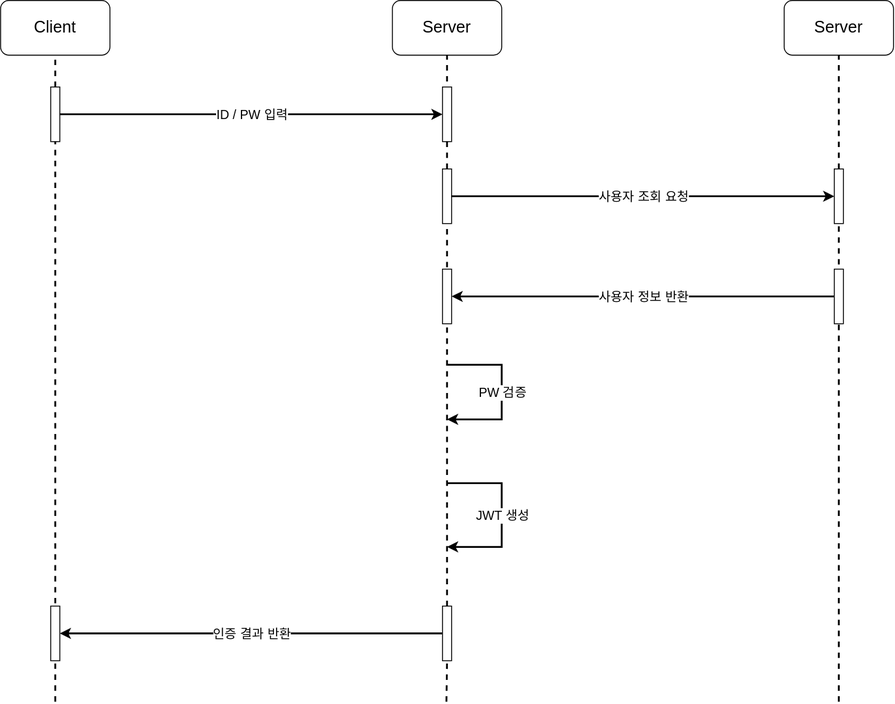
This is login_flow.drawio.svg from seculoper235/TEST-STUDY, a draw.io export, as it was before one commit. Source tidied: cells renumbered, new cells last; positions are measured from the earlier drawing's top-left corner, leaving out a move shared by most shapes.
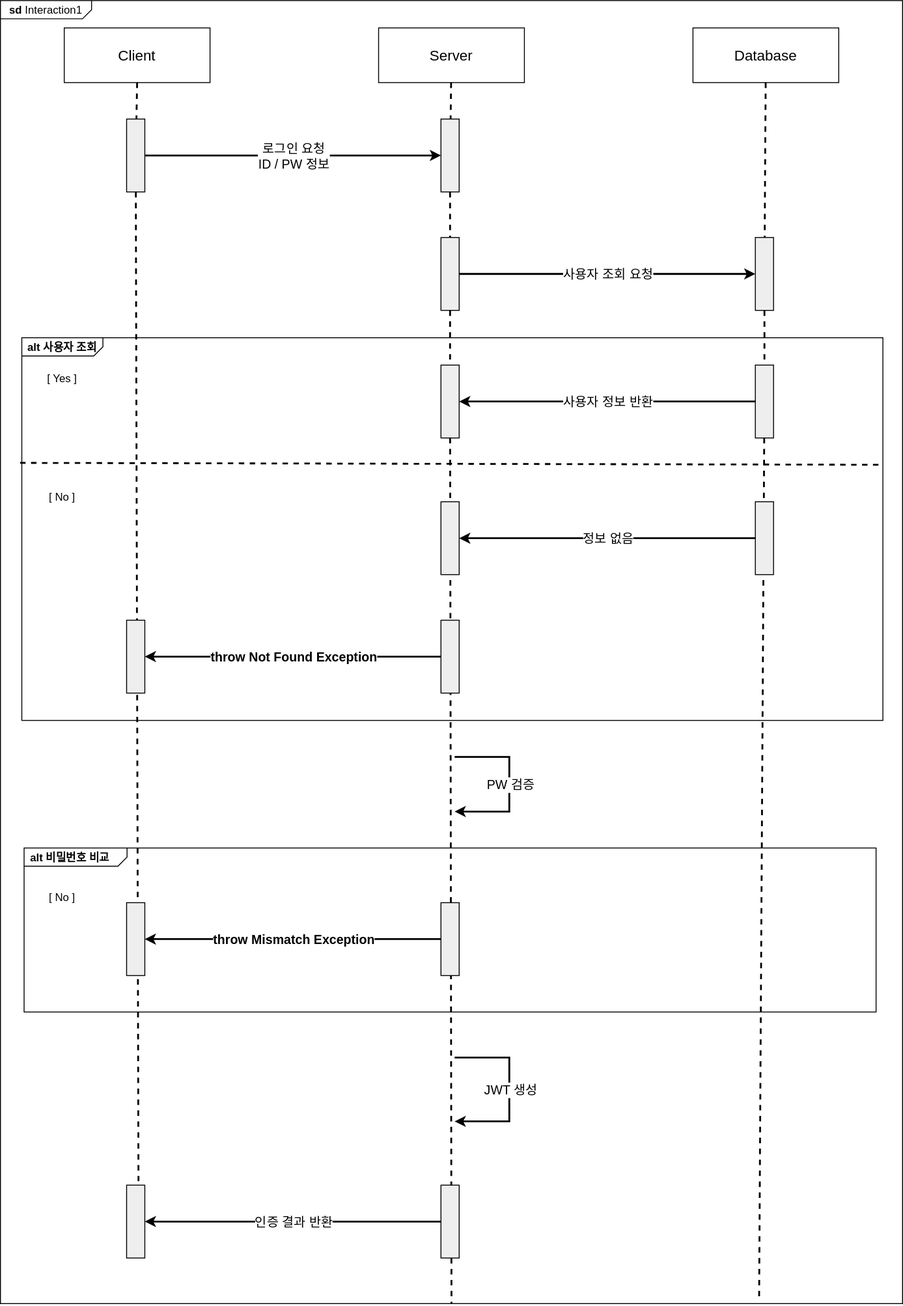
Above is the later version.

Commit message:
[Business] 로그인 처리 플로우 작성2

Diff of the diagram source:
```diff
@@ -2,117 +2,174 @@
   <root>
     <mxCell id="0" />
     <mxCell id="1" parent="0" />
+    <mxCell id="32" value="&lt;p style=&quot;margin:0px;margin-top:4px;margin-left:10px;text-align:left;&quot;&gt;&lt;b&gt;sd&lt;/b&gt;   Interaction1&lt;/p&gt;" style="html=1;shape=mxgraph.sysml.package;labelX=100;html=1;overflow=fill;strokeWidth=1;" parent="1" vertex="1">
+      <mxGeometry x="-5" y="50" width="990" height="1430" as="geometry" />
+    </mxCell>
+    <mxCell id="33" value="alt 사용자 조회" style="strokeColor=inherit;fillColor=inherit;gradientColor=inherit;html=1;shape=mxgraph.sysml.package;labelX=89.57;fontStyle=1;align=left;verticalAlign=top;spacingLeft=5;spacingTop=-3;" parent="32" vertex="1">
+      <mxGeometry x="23.4" y="370" width="945" height="420" as="geometry" />
+    </mxCell>
+    <mxCell id="34" value="alt 비밀번호 비교" style="strokeColor=inherit;fillColor=inherit;gradientColor=inherit;html=1;shape=mxgraph.sysml.package;labelX=113.86;fontStyle=1;align=left;verticalAlign=top;spacingLeft=5;spacingTop=-3;" parent="32" vertex="1">
+      <mxGeometry x="25.9" y="930" width="935" height="180" as="geometry" />
+    </mxCell>
+    <mxCell id="35" style="edgeStyle=none;html=1;endArrow=none;verticalAlign=bottom;dashed=1;strokeWidth=2;rounded=0;exitX=-0.002;exitY=0.327;exitDx=0;exitDy=0;exitPerimeter=0;entryX=0.996;entryY=0.332;entryDx=0;entryDy=0;entryPerimeter=0;" parent="32" edge="1" source="33" target="33">
+      <mxGeometry relative="1" as="geometry" />
+    </mxCell>
+    <mxCell id="36" value="&lt;font style=&quot;font-size: 16px;&quot;&gt;Server&lt;/font&gt;" style="shape=rect;html=1;whiteSpace=wrap;align=center;" parent="32" vertex="1">
+      <mxGeometry x="415" y="30" width="160" height="60" as="geometry" />
+    </mxCell>
+    <mxCell id="37" style="shape=rect;html=1;fillColor=#eeeeee;" parent="32" vertex="1">
+      <mxGeometry x="483.4" y="260" width="20" height="80" as="geometry" />
+    </mxCell>
+    <mxCell id="38" style="edgeStyle=none;html=1;dashed=1;endArrow=none;rounded=0;strokeWidth=2;" parent="32" edge="1" source="74" target="37">
+      <mxGeometry relative="1" as="geometry" />
+    </mxCell>
+    <mxCell id="39" style="edgeStyle=none;html=1;dashed=1;endArrow=none;rounded=0;strokeWidth=2;entryX=0.5;entryY=1;entryDx=0;entryDy=0;entryPerimeter=0;" parent="32" edge="1" source="50" target="32">
+      <mxGeometry x="1" relative="1" as="geometry" />
+    </mxCell>
+    <mxCell id="40" value="&lt;font style=&quot;font-size: 16px;&quot;&gt;Database&lt;/font&gt;" style="shape=rect;html=1;whiteSpace=wrap;align=center;" parent="32" vertex="1">
+      <mxGeometry x="760" y="30" width="160" height="60" as="geometry" />
+    </mxCell>
+    <mxCell id="41" style="shape=rect;html=1;fillColor=#eeeeee;" parent="32" vertex="1">
+      <mxGeometry x="828.4" y="260" width="20" height="80" as="geometry" />
+    </mxCell>
+    <mxCell id="42" style="edgeStyle=none;html=1;dashed=1;endArrow=none;rounded=0;strokeWidth=2;" parent="32" edge="1" source="40" target="41">
+      <mxGeometry relative="1" as="geometry" />
+    </mxCell>
+    <mxCell id="43" style="edgeStyle=none;html=1;dashed=1;endArrow=none;rounded=0;strokeWidth=2;entryX=0.841;entryY=0.998;entryDx=0;entryDy=0;entryPerimeter=0;" parent="32" edge="1" source="48" target="32">
+      <mxGeometry x="1" relative="1" as="geometry" />
+    </mxCell>
-    <mxCell id="2" value="&lt;font style=&quot;font-size: 18px;&quot;&gt;Client&lt;/font&gt;" style="rounded=1;whiteSpace=wrap;html=1;" parent="1" vertex="1">
-      <mxGeometry width="120" height="60" as="geometry" />
+    <mxCell id="2" value="&lt;font style=&quot;font-size: 16px;&quot;&gt;Client&lt;/font&gt;" style="shape=rect;html=1;whiteSpace=wrap;align=center;" parent="32" vertex="1">
+      <mxGeometry x="70" y="30" width="160" height="60" as="geometry" />
     </mxCell>
-    <mxCell id="3" value="&lt;font style=&quot;font-size: 18px;&quot;&gt;Server&lt;/font&gt;" style="rounded=1;whiteSpace=wrap;html=1;" parent="1" vertex="1">
-      <mxGeometry x="430" width="120" height="60" as="geometry" />
-    </mxCell>
-    <mxCell id="4" style="endArrow=none;dashed=1;html=1;rounded=0;entryX=0.5;entryY=1;entryDx=0;entryDy=0;strokeWidth=2;" parent="1" edge="1" source="7" target="2">
-      <mxGeometry relative="1" as="geometry" />
-    </mxCell>
-    <mxCell id="5" style="endArrow=none;dashed=1;html=1;rounded=0;entryX=0.5;entryY=1;entryDx=0;entryDy=0;strokeWidth=2;" parent="1" edge="1" source="21" target="3">
-      <mxGeometry relative="1" as="geometry" />
-    </mxCell>
-    <mxCell id="6" style="endArrow=none;dashed=1;html=1;rounded=0;entryX=1;entryY=0.5;entryDx=0;entryDy=0;strokeWidth=2;" parent="1" edge="1" target="7">
-      <mxGeometry relative="1" as="geometry">
-        <mxPoint x="60" y="770" as="sourcePoint" />
-      </mxGeometry>
-    </mxCell>
-    <mxCell id="7" style="rounded=0;whiteSpace=wrap;html=1;rotation=90;" parent="1" vertex="1">
-      <mxGeometry x="30" y="120" width="60" height="10" as="geometry" />
-    </mxCell>
-    <mxCell id="8" style="rounded=0;whiteSpace=wrap;html=1;rotation=90;" parent="1" vertex="1">
-      <mxGeometry x="460" y="120" width="60" height="10" as="geometry" />
-    </mxCell>
-    <mxCell id="9" style="endArrow=classic;html=1;rounded=0;exitX=0.5;exitY=0;exitDx=0;exitDy=0;entryX=0.5;entryY=1;entryDx=0;entryDy=0;strokeWidth=2;" parent="1" edge="1" source="7" target="8">
-      <mxGeometry relative="1" as="geometry" />
-    </mxCell>
-    <mxCell id="10" value="&lt;font style=&quot;font-size: 14px;&quot;&gt;ID / PW 입력&lt;/font&gt;" style="edgeLabel;html=1;align=center;verticalAlign=middle;" parent="9" vertex="1">
-      <mxGeometry relative="1" as="geometry" />
-    </mxCell>
-    <mxCell id="11" style="rounded=0;whiteSpace=wrap;html=1;rotation=90;" parent="1" vertex="1">
-      <mxGeometry x="30" y="690" width="60" height="10" as="geometry" />
-    </mxCell>
-    <mxCell id="12" style="endArrow=none;html=1;rounded=0;exitX=0.5;exitY=0;exitDx=0;exitDy=0;entryX=0.5;entryY=1;entryDx=0;entryDy=0;strokeWidth=2;startArrow=classic;startFill=1;endFill=0;" parent="1" edge="1" source="11">
-      <mxGeometry relative="1" as="geometry">
-        <mxPoint x="485" y="695" as="targetPoint" />
-      </mxGeometry>
-    </mxCell>
+    <mxCell id="44" style="shape=rect;html=1;fillColor=#eeeeee;" parent="32" vertex="1">
+      <mxGeometry x="138.4" y="130" width="20" height="80" as="geometry" />
+    </mxCell>
+    <mxCell id="45" style="edgeStyle=none;html=1;dashed=1;endArrow=none;rounded=0;strokeWidth=2;exitX=0.5;exitY=1;exitDx=0;exitDy=0;" parent="32" edge="1" source="2" target="44">
+      <mxGeometry relative="1" as="geometry" />
+    </mxCell>
+    <mxCell id="46" style="edgeStyle=none;html=1;dashed=1;endArrow=none;rounded=0;strokeWidth=2;entryX=0.153;entryY=0.997;entryDx=0;entryDy=0;entryPerimeter=0;" parent="32" edge="1" source="44">
+      <mxGeometry x="1" relative="1" as="geometry">
+        <mxPoint x="151.5" y="1295.7" as="targetPoint" />
+      </mxGeometry>
+    </mxCell>
+    <mxCell id="47" style="edgeStyle=none;html=1;dashed=1;endArrow=none;rounded=0;strokeWidth=2;entryX=0.5;entryY=0;entryDx=0;entryDy=0;" parent="32" edge="1" source="41" target="48">
+      <mxGeometry x="1" relative="1" as="geometry" />
+    </mxCell>
+    <mxCell id="48" style="shape=rect;html=1;fillColor=#eeeeee;" parent="32" vertex="1">
+      <mxGeometry x="828.4" y="400" width="20" height="80" as="geometry" />
+    </mxCell>
+    <mxCell id="49" style="endArrow=none;html=1;rounded=0;strokeWidth=2;entryX=0;entryY=0.5;entryDx=0;entryDy=0;startArrow=classic;startFill=1;endFill=0;exitX=1;exitY=0.5;exitDx=0;exitDy=0;" parent="32" edge="1" source="50" target="48">
+      <mxGeometry relative="1" as="geometry" />
+    </mxCell>
+    <mxCell id="31" value="&lt;span style=&quot;font-size: 14px;&quot;&gt;사용자 정보 반환&lt;/span&gt;" style="edgeLabel;html=1;align=center;verticalAlign=middle;" parent="49" vertex="1">
+      <mxGeometry relative="1" as="geometry" />
+    </mxCell>
+    <mxCell id="50" style="shape=rect;html=1;fillColor=#eeeeee;" parent="32" vertex="1">
+      <mxGeometry x="483.4" y="400" width="20" height="80" as="geometry" />
+    </mxCell>
+    <mxCell id="51" style="edgeStyle=none;html=1;dashed=1;endArrow=none;rounded=0;strokeWidth=2;entryX=0.5;entryY=0;entryDx=0;entryDy=0;" parent="32" edge="1" source="37" target="50">
+      <mxGeometry x="1" relative="1" as="geometry" />
+    </mxCell>
+    <mxCell id="52" style="shape=rect;html=1;fillColor=#eeeeee;" parent="32" vertex="1">
+      <mxGeometry x="828.4" y="550" width="20" height="80" as="geometry" />
+    </mxCell>
+    <mxCell id="53" style="endArrow=none;html=1;rounded=0;strokeWidth=2;entryX=0;entryY=0.5;entryDx=0;entryDy=0;startArrow=classic;startFill=1;endFill=0;exitX=1;exitY=0.5;exitDx=0;exitDy=0;" parent="32" edge="1" source="55" target="52">
+      <mxGeometry relative="1" as="geometry" />
+    </mxCell>
+    <mxCell id="54" value="&lt;span style=&quot;font-size: 14px;&quot;&gt;정보 없음&lt;/span&gt;" style="edgeLabel;html=1;align=center;verticalAlign=middle;" parent="53" vertex="1">
+      <mxGeometry relative="1" as="geometry" />
+    </mxCell>
+    <mxCell id="55" style="shape=rect;html=1;fillColor=#eeeeee;" parent="32" vertex="1">
+      <mxGeometry x="483.4" y="550" width="20" height="80" as="geometry" />
+    </mxCell>
+    <mxCell id="56" style="shape=rect;html=1;fillColor=#eeeeee;" parent="32" vertex="1">
+      <mxGeometry x="483.4" y="680" width="20" height="80" as="geometry" />
+    </mxCell>
+    <mxCell id="57" style="endArrow=none;html=1;rounded=0;strokeWidth=2;entryX=0;entryY=0.5;entryDx=0;entryDy=0;startArrow=classic;startFill=1;endFill=0;exitX=1;exitY=0.5;exitDx=0;exitDy=0;" parent="32" edge="1" source="59" target="56">
+      <mxGeometry relative="1" as="geometry" />
+    </mxCell>
+    <mxCell id="58" value="&lt;span style=&quot;font-size: 14px;&quot;&gt;&lt;b&gt;throw Not Found Exception&lt;/b&gt;&lt;/span&gt;" style="edgeLabel;html=1;align=center;verticalAlign=middle;" parent="57" vertex="1">
+      <mxGeometry relative="1" as="geometry" />
+    </mxCell>
+    <mxCell id="59" style="shape=rect;html=1;fillColor=#eeeeee;" parent="32" vertex="1">
+      <mxGeometry x="138.4" y="680" width="20" height="80" as="geometry" />
+    </mxCell>
+    <mxCell id="60" style="endArrow=classic;html=1;rounded=0;exitX=1;exitY=0.5;exitDx=0;exitDy=0;strokeWidth=2;entryX=0;entryY=0.5;entryDx=0;entryDy=0;" parent="32" edge="1" source="37" target="41">
+      <mxGeometry relative="1" as="geometry" />
+    </mxCell>
+    <mxCell id="25" value="&lt;span style=&quot;font-size: 14px;&quot;&gt;사용자 조회 요청&lt;/span&gt;" style="edgeLabel;html=1;align=center;verticalAlign=middle;" parent="60" vertex="1">
+      <mxGeometry relative="1" as="geometry" />
+    </mxCell>
+    <mxCell id="61" value="[ Yes ]" style="text;html=1;align=center;verticalAlign=middle;whiteSpace=wrap;rounded=0;" parent="32" vertex="1">
+      <mxGeometry x="38.4" y="400" width="60" height="30" as="geometry" />
+    </mxCell>
+    <mxCell id="62" value="[ No ]" style="text;html=1;align=center;verticalAlign=middle;whiteSpace=wrap;rounded=0;" parent="32" vertex="1">
+      <mxGeometry x="38.4" y="530" width="60" height="30" as="geometry" />
+    </mxCell>
+    <mxCell id="63" style="endArrow=classic;html=1;rounded=0;strokeWidth=2;" parent="32" edge="1">
+      <mxGeometry relative="1" as="geometry">
+        <mxPoint x="498.4" y="830" as="sourcePoint" />
+        <mxPoint x="498.4" y="890" as="targetPoint" />
+        <Array as="points">
+          <mxPoint x="558.4" y="830" />
+          <mxPoint x="558.4" y="890" />
+        </Array>
+      </mxGeometry>
+    </mxCell>
+    <mxCell id="15" value="&lt;span style=&quot;font-size: 14px;&quot;&gt;PW 검증&lt;/span&gt;" style="edgeLabel;html=1;align=center;verticalAlign=middle;" parent="63" vertex="1">
+      <mxGeometry relative="1" as="geometry" />
+    </mxCell>
+    <mxCell id="64" value="[ No ]" style="text;html=1;align=center;verticalAlign=middle;whiteSpace=wrap;rounded=0;" parent="32" vertex="1">
+      <mxGeometry x="38.4" y="970" width="60" height="30" as="geometry" />
+    </mxCell>
+    <mxCell id="65" style="shape=rect;html=1;fillColor=#eeeeee;" parent="32" vertex="1">
+      <mxGeometry x="483.4" y="990" width="20" height="80" as="geometry" />
+    </mxCell>
+    <mxCell id="66" style="endArrow=none;html=1;rounded=0;strokeWidth=2;entryX=0;entryY=0.5;entryDx=0;entryDy=0;startArrow=classic;startFill=1;endFill=0;exitX=1;exitY=0.5;exitDx=0;exitDy=0;" parent="32" edge="1" source="68" target="65">
+      <mxGeometry relative="1" as="geometry" />
+    </mxCell>
+    <mxCell id="67" value="&lt;span style=&quot;font-size: 14px;&quot;&gt;&lt;b&gt;throw Mismatch Exception&lt;/b&gt;&lt;/span&gt;" style="edgeLabel;html=1;align=center;verticalAlign=middle;" parent="66" vertex="1">
+      <mxGeometry relative="1" as="geometry" />
+    </mxCell>
+    <mxCell id="68" style="shape=rect;html=1;fillColor=#eeeeee;" parent="32" vertex="1">
+      <mxGeometry x="138.4" y="990" width="20" height="80" as="geometry" />
+    </mxCell>
+    <mxCell id="69" style="endArrow=classic;html=1;rounded=0;exitX=0.5;exitY=0;exitDx=0;exitDy=0;strokeWidth=2;" parent="32" edge="1">
+      <mxGeometry relative="1" as="geometry">
+        <mxPoint x="498.4" y="1160" as="sourcePoint" />
+        <mxPoint x="498.4" y="1230" as="targetPoint" />
+        <Array as="points">
+          <mxPoint x="558.4" y="1160" />
+          <mxPoint x="558.4" y="1230" />
+        </Array>
+      </mxGeometry>
+    </mxCell>
+    <mxCell id="17" value="&lt;span style=&quot;font-size: 14px;&quot;&gt;JWT 생성&lt;/span&gt;" style="edgeLabel;html=1;align=center;verticalAlign=middle;" parent="69" vertex="1">
+      <mxGeometry relative="1" as="geometry" />
+    </mxCell>
+    <mxCell id="70" style="shape=rect;html=1;fillColor=#eeeeee;" parent="32" vertex="1">
+      <mxGeometry x="483.4" y="1300" width="20" height="80" as="geometry" />
+    </mxCell>
+    <mxCell id="71" style="endArrow=none;html=1;rounded=0;strokeWidth=2;entryX=0;entryY=0.5;entryDx=0;entryDy=0;startArrow=classic;startFill=1;endFill=0;exitX=1;exitY=0.5;exitDx=0;exitDy=0;" parent="32" edge="1" source="72" target="70">
+      <mxGeometry relative="1" as="geometry" />
+    </mxCell>
-    <mxCell id="13" value="&lt;font style=&quot;font-size: 14px;&quot;&gt;인증 결과 반환&lt;/font&gt;" style="edgeLabel;html=1;align=center;verticalAlign=middle;" parent="12" vertex="1">
+    <mxCell id="13" value="&lt;span style=&quot;font-size: 14px;&quot;&gt;인증 결과 반환&lt;/span&gt;" style="edgeLabel;html=1;align=center;verticalAlign=middle;" parent="71" vertex="1">
       <mxGeometry relative="1" as="geometry" />
     </mxCell>
-    <mxCell id="14" style="endArrow=classic;html=1;rounded=0;exitX=0.5;exitY=0;exitDx=0;exitDy=0;strokeWidth=2;" parent="1" edge="1">
-      <mxGeometry relative="1" as="geometry">
-        <mxPoint x="490" y="400" as="sourcePoint" />
-        <mxPoint x="490" y="460" as="targetPoint" />
-        <Array as="points">
-          <mxPoint x="550" y="400" />
-          <mxPoint x="550" y="460" />
-        </Array>
-      </mxGeometry>
-    </mxCell>
-    <mxCell id="15" value="&lt;span style=&quot;font-size: 14px;&quot;&gt;PW 검증&lt;/span&gt;" style="edgeLabel;html=1;align=center;verticalAlign=middle;" parent="14" vertex="1">
-      <mxGeometry relative="1" as="geometry" />
-    </mxCell>
-    <mxCell id="16" style="endArrow=classic;html=1;rounded=0;exitX=0.5;exitY=0;exitDx=0;exitDy=0;strokeWidth=2;" parent="1" edge="1">
-      <mxGeometry relative="1" as="geometry">
-        <mxPoint x="490" y="530" as="sourcePoint" />
-        <mxPoint x="490" y="600" as="targetPoint" />
-        <Array as="points">
-          <mxPoint x="550" y="530" />
-          <mxPoint x="550" y="600" />
-        </Array>
-      </mxGeometry>
-    </mxCell>
-    <mxCell id="17" value="&lt;span style=&quot;font-size: 14px;&quot;&gt;JWT 생성&lt;/span&gt;" style="edgeLabel;html=1;align=center;verticalAlign=middle;" parent="16" vertex="1">
-      <mxGeometry relative="1" as="geometry" />
-    </mxCell>
-    <mxCell id="18" value="&lt;font style=&quot;font-size: 18px;&quot;&gt;Server&lt;/font&gt;" style="rounded=1;whiteSpace=wrap;html=1;" parent="1" vertex="1">
-      <mxGeometry x="860" width="120" height="60" as="geometry" />
-    </mxCell>
-    <mxCell id="19" style="endArrow=none;dashed=1;html=1;rounded=0;entryX=0.5;entryY=1;entryDx=0;entryDy=0;strokeWidth=2;" parent="1" edge="1" source="23" target="18">
-      <mxGeometry relative="1" as="geometry" />
-    </mxCell>
-    <mxCell id="20" style="endArrow=none;dashed=1;html=1;rounded=0;entryX=1;entryY=0.5;entryDx=0;entryDy=0;strokeWidth=2;exitX=0;exitY=0.5;exitDx=0;exitDy=0;" parent="1" edge="1" source="27" target="21">
-      <mxGeometry relative="1" as="geometry" />
-    </mxCell>
-    <mxCell id="21" style="rounded=0;whiteSpace=wrap;html=1;rotation=90;" parent="1" vertex="1">
-      <mxGeometry x="460" y="210" width="60" height="10" as="geometry" />
-    </mxCell>
-    <mxCell id="22" style="endArrow=none;dashed=1;html=1;rounded=0;strokeWidth=2;entryX=1;entryY=0.5;entryDx=0;entryDy=0;" parent="1" edge="1" target="23">
-      <mxGeometry relative="1" as="geometry">
-        <mxPoint x="920" y="770" as="sourcePoint" />
-      </mxGeometry>
-    </mxCell>
-    <mxCell id="23" style="rounded=0;whiteSpace=wrap;html=1;rotation=90;" parent="1" vertex="1">
-      <mxGeometry x="890" y="210" width="60" height="10" as="geometry" />
-    </mxCell>
-    <mxCell id="24" style="endArrow=classic;html=1;rounded=0;exitX=0.5;exitY=0;exitDx=0;exitDy=0;strokeWidth=2;entryX=0.5;entryY=1;entryDx=0;entryDy=0;" parent="1" edge="1" source="21" target="23">
-      <mxGeometry relative="1" as="geometry" />
-    </mxCell>
-    <mxCell id="25" value="&lt;span style=&quot;font-size: 14px;&quot;&gt;사용자 조회 요청&lt;/span&gt;" style="edgeLabel;html=1;align=center;verticalAlign=middle;" parent="24" vertex="1">
-      <mxGeometry relative="1" as="geometry" />
-    </mxCell>
-    <mxCell id="26" style="endArrow=none;dashed=1;html=1;rounded=0;entryX=1;entryY=0.5;entryDx=0;entryDy=0;strokeWidth=2;" parent="1" edge="1" target="27">
-      <mxGeometry relative="1" as="geometry">
-        <mxPoint x="489.3" y="770" as="sourcePoint" />
-      </mxGeometry>
-    </mxCell>
-    <mxCell id="27" style="rounded=0;whiteSpace=wrap;html=1;rotation=90;" parent="1" vertex="1">
-      <mxGeometry x="460" y="690" width="60" height="10" as="geometry" />
-    </mxCell>
-    <mxCell id="28" style="rounded=0;whiteSpace=wrap;html=1;rotation=90;" parent="1" vertex="1">
-      <mxGeometry x="460" y="320" width="60" height="10" as="geometry" />
-    </mxCell>
-    <mxCell id="29" style="rounded=0;whiteSpace=wrap;html=1;rotation=90;" parent="1" vertex="1">
-      <mxGeometry x="890" y="320" width="60" height="10" as="geometry" />
-    </mxCell>
-    <mxCell id="30" style="endArrow=none;html=1;rounded=0;exitX=0.5;exitY=0;exitDx=0;exitDy=0;strokeWidth=2;entryX=0.5;entryY=1;entryDx=0;entryDy=0;startArrow=classic;startFill=1;endFill=0;" parent="1" edge="1" source="28" target="29">
-      <mxGeometry relative="1" as="geometry" />
-    </mxCell>
-    <mxCell id="31" value="&lt;span style=&quot;font-size: 14px;&quot;&gt;사용자 정보 반환&lt;/span&gt;" style="edgeLabel;html=1;align=center;verticalAlign=middle;" parent="30" vertex="1">
-      <mxGeometry relative="1" as="geometry" />
-    </mxCell>
+    <mxCell id="72" style="shape=rect;html=1;fillColor=#eeeeee;" parent="32" vertex="1">
+      <mxGeometry x="138.4" y="1300" width="20" height="80" as="geometry" />
+    </mxCell>
+    <mxCell id="73" style="edgeStyle=none;html=1;dashed=1;endArrow=none;rounded=0;strokeWidth=2;" parent="32" edge="1" source="36" target="74">
+      <mxGeometry relative="1" as="geometry" />
+    </mxCell>
+    <mxCell id="74" style="shape=rect;html=1;fillColor=#eeeeee;" parent="32" vertex="1">
+      <mxGeometry x="483.4" y="130" width="20" height="80" as="geometry" />
+    </mxCell>
+    <mxCell id="75" style="endArrow=classic;html=1;rounded=0;exitX=1;exitY=0.5;exitDx=0;exitDy=0;entryX=0;entryY=0.5;entryDx=0;entryDy=0;strokeWidth=2;" parent="32" edge="1" source="44" target="74">
+      <mxGeometry relative="1" as="geometry" />
+    </mxCell>
+    <mxCell id="76" value="&lt;font style=&quot;font-size: 14px;&quot;&gt;로그인 요청&lt;br&gt;ID / PW 정보&lt;/font&gt;" style="edgeLabel;html=1;align=center;verticalAlign=middle;" parent="75" vertex="1">
+      <mxGeometry relative="1" as="geometry" />
+    </mxCell>
   </root>
 </mxGraphModel>
```
